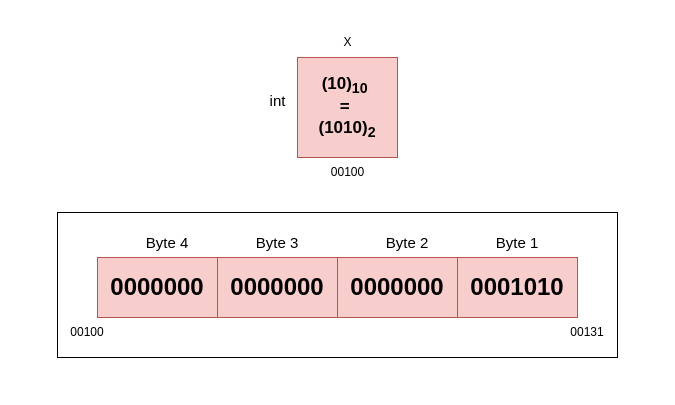
npnquang/c_programming_for_python_programmers keeps this draw.io diagram as fig/pointers.drawio. Above is the earlier version. Source tidied: cells renumbered, new cells numbered last; positions are measured from the earlier drawing's top-left corner, leaving out a move shared by most shapes. Both pictures are drawn from the tidied source at 100%, with x=0, y=0 at pixel (57, 27).
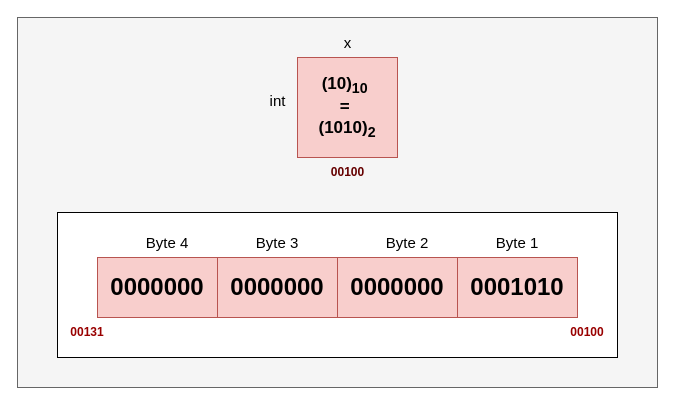
The same diagram, later.

Change to the diagram source:
```diff
@@
 <mxGraphModel>
   <root>
     <mxCell id="0" />
     <mxCell id="1" parent="0" />
+    <mxCell id="17" style="rounded=0;whiteSpace=wrap;html=1;fillColor=#f5f5f5;fontColor=#333333;strokeColor=#666666;" parent="1" vertex="1">
+      <mxGeometry x="-40" y="-10" width="640" height="370" as="geometry" />
+    </mxCell>
     <mxCell id="2" style="rounded=0;whiteSpace=wrap;html=1;" parent="1" vertex="1">
       <mxGeometry y="185" width="560" height="145" as="geometry" />
     </mxCell>
     <mxCell id="3" value="&lt;span style=&quot;font-size: 24px;&quot;&gt;0000000&lt;/span&gt;" style="rounded=0;whiteSpace=wrap;html=1;fillColor=#f8cecc;strokeColor=#b85450;fontStyle=1;" parent="1" vertex="1">
       <mxGeometry x="40" y="230" width="120" height="60" as="geometry" />
     </mxCell>
     <mxCell id="4" value="&lt;span style=&quot;font-size: 24px;&quot;&gt;0000000&lt;/span&gt;" style="rounded=0;whiteSpace=wrap;html=1;fillColor=#f8cecc;strokeColor=#b85450;fontStyle=1;" parent="1" vertex="1">
       <mxGeometry x="160" y="230" width="120" height="60" as="geometry" />
     </mxCell>
     <mxCell id="5" value="&lt;span style=&quot;font-size: 24px;&quot;&gt;0000000&lt;/span&gt;" style="rounded=0;whiteSpace=wrap;html=1;fillColor=#f8cecc;strokeColor=#b85450;fontStyle=1;" parent="1" vertex="1">
       <mxGeometry x="280" y="230" width="120" height="60" as="geometry" />
     </mxCell>
     <mxCell id="6" value="&lt;font style=&quot;font-size: 24px;&quot;&gt;0001010&lt;/font&gt;" style="rounded=0;whiteSpace=wrap;html=1;fillColor=#f8cecc;strokeColor=#b85450;fontStyle=1;" parent="1" vertex="1">
       <mxGeometry x="400" y="230" width="120" height="60" as="geometry" />
     </mxCell>
-    <mxCell id="7" value="00100" style="text;html=1;align=center;verticalAlign=middle;whiteSpace=wrap;rounded=0;" parent="1" vertex="1">
+    <mxCell id="7" value="00131" style="text;html=1;align=center;verticalAlign=middle;whiteSpace=wrap;rounded=0;fontColor=#990000;fontStyle=1;" parent="1" vertex="1">
       <mxGeometry y="290" width="60" height="30" as="geometry" />
     </mxCell>
-    <mxCell id="8" value="00131" style="text;html=1;align=center;verticalAlign=middle;whiteSpace=wrap;rounded=0;" parent="1" vertex="1">
+    <mxCell id="8" value="00100" style="text;html=1;align=center;verticalAlign=middle;whiteSpace=wrap;rounded=0;fontColor=#990000;fontStyle=1;" parent="1" vertex="1">
       <mxGeometry x="500" y="290" width="60" height="30" as="geometry" />
     </mxCell>
     <mxCell id="9" value="&lt;font style=&quot;font-size: 15px;&quot;&gt;Byte 1&lt;/font&gt;" style="text;html=1;align=center;verticalAlign=middle;whiteSpace=wrap;rounded=0;" parent="1" vertex="1">
       <mxGeometry x="430" y="200" width="60" height="30" as="geometry" />
     </mxCell>
     <mxCell id="10" value="&lt;font style=&quot;font-size: 15px;&quot;&gt;Byte 2&lt;/font&gt;" style="text;html=1;align=center;verticalAlign=middle;whiteSpace=wrap;rounded=0;" parent="1" vertex="1">
       <mxGeometry x="320" y="200" width="60" height="30" as="geometry" />
     </mxCell>
     <mxCell id="11" value="&lt;font style=&quot;font-size: 15px;&quot;&gt;Byte 3&lt;/font&gt;" style="text;html=1;align=center;verticalAlign=middle;whiteSpace=wrap;rounded=0;" parent="1" vertex="1">
       <mxGeometry x="190" y="200" width="60" height="30" as="geometry" />
     </mxCell>
     <mxCell id="12" value="&lt;font style=&quot;font-size: 15px;&quot;&gt;Byte 4&lt;/font&gt;" style="text;html=1;align=center;verticalAlign=middle;whiteSpace=wrap;rounded=0;" parent="1" vertex="1">
       <mxGeometry x="80" y="200" width="60" height="30" as="geometry" />
     </mxCell>
     <mxCell id="13" value="&lt;font style=&quot;font-size: 17px;&quot;&gt;(10)&lt;sub&gt;10&lt;/sub&gt;&amp;nbsp;&lt;/font&gt;&lt;div&gt;&lt;font style=&quot;font-size: 17px;&quot;&gt;=&amp;nbsp;&lt;/font&gt;&lt;/div&gt;&lt;div&gt;&lt;font style=&quot;font-size: 17px;&quot;&gt;(1010)&lt;sub&gt;2&lt;/sub&gt;&lt;/font&gt;&lt;/div&gt;" style="whiteSpace=wrap;html=1;fillColor=#f8cecc;strokeColor=#b85450;fontStyle=1;" parent="1" vertex="1">
       <mxGeometry x="240" y="30" width="100" height="100" as="geometry" />
     </mxCell>
-    <mxCell id="14" value="&lt;font style=&quot;font-size: 15px;&quot;&gt;int&lt;/font&gt;" style="text;html=1;align=center;verticalAlign=middle;strokeColor=none;fillColor=none;" parent="1" vertex="1">
+    <mxCell id="14" value="&lt;font style=&quot;font-size: 15px;&quot;&gt;int&lt;/font&gt;" style="text;html=1;align=center;verticalAlign=middle;strokeColor=none;fillColor=none;fontSize=15;" parent="1" vertex="1">
       <mxGeometry x="200" y="58" width="40" height="30" as="geometry" />
     </mxCell>
-    <mxCell id="15" value="00100" style="text;html=1;align=center;verticalAlign=middle;strokeColor=none;fillColor=none;" parent="1" vertex="1">
+    <mxCell id="15" value="00100" style="text;html=1;align=center;verticalAlign=middle;strokeColor=none;fillColor=none;fontColor=#660000;fontStyle=1;" parent="1" vertex="1">
       <mxGeometry x="260" y="130" width="60" height="30" as="geometry" />
     </mxCell>
-    <mxCell id="16" value="X" style="text;html=1;align=center;verticalAlign=middle;strokeColor=none;fillColor=none;" parent="1" vertex="1">
+    <mxCell id="16" value="x" style="text;html=1;align=center;verticalAlign=middle;strokeColor=none;fillColor=none;fontSize=15;" parent="1" vertex="1">
       <mxGeometry x="275" width="30" height="30" as="geometry" />
     </mxCell>
   </root>
 </mxGraphModel>
```
